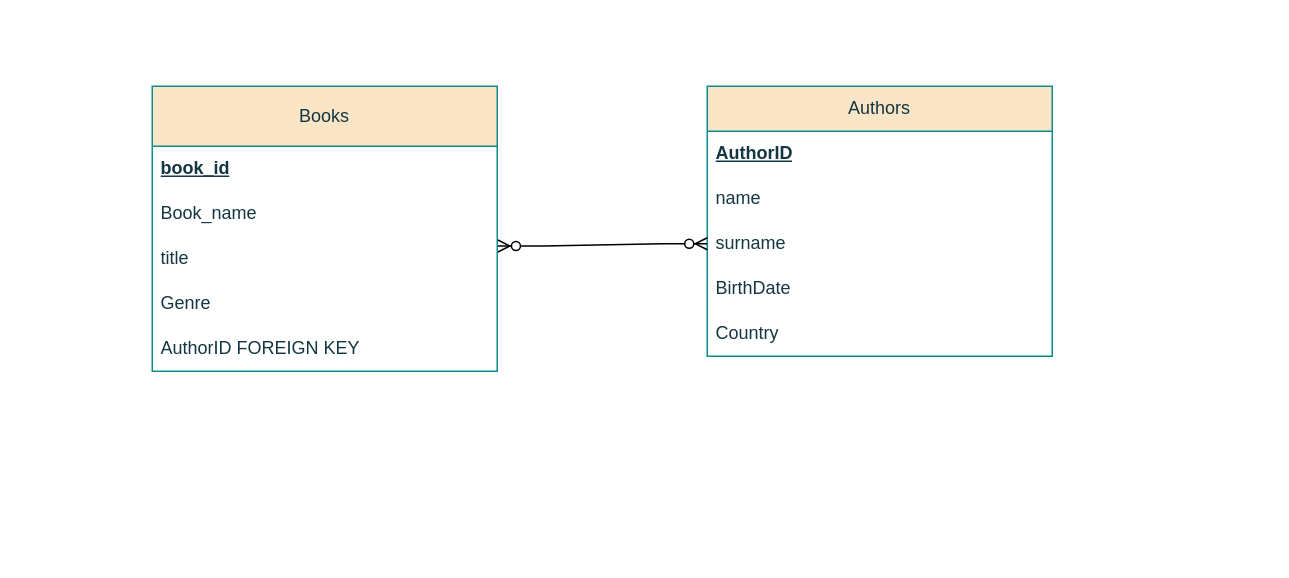
The draw.io diagram Диаграмма без названия.drawio in almasdii/gitdemo, before the edit. Source tidied: cells renumbered, new cells numbered last; positions are measured from the earlier drawing's top-left corner, leaving out a move shared by most shapes. Both pictures are drawn from the tidied source at 150%, with x=0, y=0 at pixel (152, 86).
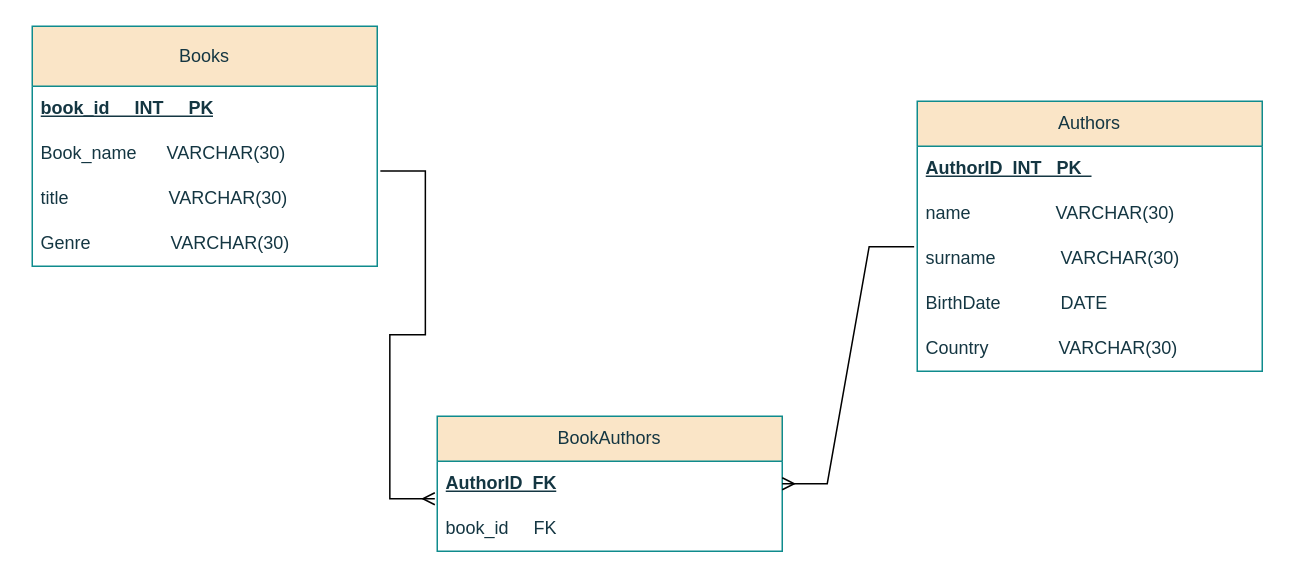
The same page after the edit.

Diff of the diagram source:
```diff
@@
     <mxCell id="2" value="Books" style="swimlane;fontStyle=0;horizontal=1;startSize=40;whiteSpace=wrap;html=1;labelBackgroundColor=none;fillColor=#FAE5C7;strokeColor=#0F8B8D;fontColor=#143642;" parent="1" vertex="1">
-      <mxGeometry width="230" height="190" as="geometry" />
+      <mxGeometry x="-80" y="-40" width="230" height="160" as="geometry" />
     </mxCell>
-    <mxCell id="3" value="&lt;b&gt;&lt;u&gt;book_id&lt;/u&gt;&lt;/b&gt;" style="text;strokeColor=none;fillColor=none;align=left;verticalAlign=middle;spacingLeft=4;spacingRight=4;overflow=hidden;whiteSpace=wrap;html=1;labelBackgroundColor=none;fontColor=#143642;" parent="2" vertex="1">
+    <mxCell id="3" value="&lt;b&gt;&lt;u&gt;book_id&amp;nbsp; &amp;nbsp; &amp;nbsp;INT&amp;nbsp; &amp;nbsp; &amp;nbsp;PK&lt;/u&gt;&lt;/b&gt;" style="text;strokeColor=none;fillColor=none;align=left;verticalAlign=middle;spacingLeft=4;spacingRight=4;overflow=hidden;whiteSpace=wrap;html=1;labelBackgroundColor=none;fontColor=#143642;" parent="2" vertex="1">
       <mxGeometry y="40" width="230" height="30" as="geometry" />
     </mxCell>
-    <mxCell id="4" value="Book_name" style="text;strokeColor=none;fillColor=none;align=left;verticalAlign=middle;spacingLeft=4;spacingRight=4;overflow=hidden;whiteSpace=wrap;html=1;labelBackgroundColor=none;fontColor=#143642;shadow=1;" parent="2" vertex="1">
+    <mxCell id="4" value="Book_name&amp;nbsp; &amp;nbsp; &amp;nbsp; VARCHAR(30)" style="text;strokeColor=none;fillColor=none;align=left;verticalAlign=middle;spacingLeft=4;spacingRight=4;overflow=hidden;whiteSpace=wrap;html=1;labelBackgroundColor=none;fontColor=#143642;shadow=1;" parent="2" vertex="1">
       <mxGeometry y="70" width="230" height="30" as="geometry" />
     </mxCell>
-    <mxCell id="5" value="title" style="text;strokeColor=none;fillColor=none;align=left;verticalAlign=middle;spacingLeft=4;spacingRight=4;overflow=hidden;points=[[0,0.5],[1,0.5]];portConstraint=eastwest;whiteSpace=wrap;html=1;labelBackgroundColor=none;fontColor=#143642;shadow=1;" parent="2" vertex="1">
+    <mxCell id="5" value="title&amp;nbsp; &amp;nbsp; &amp;nbsp; &amp;nbsp; &amp;nbsp; &amp;nbsp; &amp;nbsp; &amp;nbsp; &amp;nbsp; &amp;nbsp; VARCHAR(30)" style="text;strokeColor=none;fillColor=none;align=left;verticalAlign=middle;spacingLeft=4;spacingRight=4;overflow=hidden;points=[[0,0.5],[1,0.5]];portConstraint=eastwest;whiteSpace=wrap;html=1;labelBackgroundColor=none;fontColor=#143642;shadow=1;" parent="2" vertex="1">
       <mxGeometry y="100" width="230" height="30" as="geometry" />
     </mxCell>
-    <mxCell id="6" value="Genre" style="text;strokeColor=none;fillColor=none;align=left;verticalAlign=middle;spacingLeft=4;spacingRight=4;overflow=hidden;whiteSpace=wrap;html=1;labelBackgroundColor=none;fontColor=#143642;" parent="2" vertex="1">
+    <mxCell id="6" value="Genre&amp;nbsp; &amp;nbsp; &amp;nbsp; &amp;nbsp; &amp;nbsp; &amp;nbsp; &amp;nbsp; &amp;nbsp; VARCHAR(30)" style="text;strokeColor=none;fillColor=none;align=left;verticalAlign=middle;spacingLeft=4;spacingRight=4;overflow=hidden;whiteSpace=wrap;html=1;labelBackgroundColor=none;fontColor=#143642;" parent="2" vertex="1">
       <mxGeometry y="130" width="230" height="30" as="geometry" />
     </mxCell>
-    <mxCell id="7" value="AuthorID FOREIGN KEY" style="text;strokeColor=none;fillColor=none;align=left;verticalAlign=middle;spacingLeft=4;spacingRight=4;overflow=hidden;whiteSpace=wrap;html=1;labelBackgroundColor=none;fontColor=#143642;" parent="2" vertex="1">
-      <mxGeometry y="160" width="230" height="30" as="geometry" />
-    </mxCell>
     <mxCell id="8" value="Authors" style="swimlane;fontStyle=0;horizontal=1;startSize=30;whiteSpace=wrap;html=1;labelBackgroundColor=none;fillColor=#FAE5C7;strokeColor=#0F8B8D;fontColor=#143642;" parent="1" vertex="1">
-      <mxGeometry x="370" width="230" height="180" as="geometry" />
+      <mxGeometry x="510" y="10" width="230" height="180" as="geometry" />
     </mxCell>
-    <mxCell id="9" value="&lt;b&gt;&lt;u&gt;AuthorID&lt;/u&gt;&lt;/b&gt;" style="text;strokeColor=none;fillColor=none;align=left;verticalAlign=middle;spacingLeft=4;spacingRight=4;overflow=hidden;whiteSpace=wrap;html=1;labelBackgroundColor=none;fontColor=#143642;" parent="8" vertex="1">
+    <mxCell id="9" value="&lt;b&gt;&lt;u&gt;AuthorID&amp;nbsp; INT&amp;nbsp; &amp;nbsp;PK&amp;nbsp;&amp;nbsp;&lt;/u&gt;&lt;/b&gt;" style="text;strokeColor=none;fillColor=none;align=left;verticalAlign=middle;spacingLeft=4;spacingRight=4;overflow=hidden;whiteSpace=wrap;html=1;labelBackgroundColor=none;fontColor=#143642;" parent="8" vertex="1">
       <mxGeometry y="30" width="230" height="30" as="geometry" />
     </mxCell>
-    <mxCell id="10" value="name" style="text;strokeColor=none;fillColor=none;align=left;verticalAlign=middle;spacingLeft=4;spacingRight=4;overflow=hidden;whiteSpace=wrap;html=1;labelBackgroundColor=none;fontColor=#143642;" parent="8" vertex="1">
+    <mxCell id="10" value="name&amp;nbsp; &amp;nbsp; &amp;nbsp; &amp;nbsp; &amp;nbsp; &amp;nbsp; &amp;nbsp; &amp;nbsp; &amp;nbsp;VARCHAR(30)" style="text;strokeColor=none;fillColor=none;align=left;verticalAlign=middle;spacingLeft=4;spacingRight=4;overflow=hidden;whiteSpace=wrap;html=1;labelBackgroundColor=none;fontColor=#143642;" parent="8" vertex="1">
       <mxGeometry y="60" width="230" height="30" as="geometry" />
     </mxCell>
-    <mxCell id="11" value="surname" style="text;strokeColor=none;fillColor=none;align=left;verticalAlign=middle;spacingLeft=4;spacingRight=4;overflow=hidden;points=[[0,0.5],[1,0.5]];portConstraint=eastwest;whiteSpace=wrap;html=1;labelBackgroundColor=none;fontColor=#143642;" parent="8" vertex="1">
+    <mxCell id="11" value="surname&amp;nbsp; &amp;nbsp; &amp;nbsp; &amp;nbsp; &amp;nbsp; &amp;nbsp; &amp;nbsp;VARCHAR(30)" style="text;strokeColor=none;fillColor=none;align=left;verticalAlign=middle;spacingLeft=4;spacingRight=4;overflow=hidden;points=[[0,0.5],[1,0.5]];portConstraint=eastwest;whiteSpace=wrap;html=1;labelBackgroundColor=none;fontColor=#143642;" parent="8" vertex="1">
       <mxGeometry y="90" width="230" height="30" as="geometry" />
     </mxCell>
-    <mxCell id="12" value="BirthDate" style="text;strokeColor=none;fillColor=none;align=left;verticalAlign=middle;spacingLeft=4;spacingRight=4;overflow=hidden;whiteSpace=wrap;html=1;labelBackgroundColor=none;fontColor=#143642;" parent="8" vertex="1">
+    <mxCell id="12" value="BirthDate&amp;nbsp; &amp;nbsp; &amp;nbsp; &amp;nbsp; &amp;nbsp; &amp;nbsp; DATE" style="text;strokeColor=none;fillColor=none;align=left;verticalAlign=middle;spacingLeft=4;spacingRight=4;overflow=hidden;whiteSpace=wrap;html=1;labelBackgroundColor=none;fontColor=#143642;" parent="8" vertex="1">
       <mxGeometry y="120" width="230" height="30" as="geometry" />
     </mxCell>
-    <mxCell id="13" value="Country" style="text;strokeColor=none;fillColor=none;align=left;verticalAlign=middle;spacingLeft=4;spacingRight=4;overflow=hidden;whiteSpace=wrap;html=1;labelBackgroundColor=none;fontColor=#143642;" parent="8" vertex="1">
+    <mxCell id="13" value="Country&amp;nbsp; &amp;nbsp; &amp;nbsp; &amp;nbsp; &amp;nbsp; &amp;nbsp; &amp;nbsp; VARCHAR(30)" style="text;strokeColor=none;fillColor=none;align=left;verticalAlign=middle;spacingLeft=4;spacingRight=4;overflow=hidden;whiteSpace=wrap;html=1;labelBackgroundColor=none;fontColor=#143642;" parent="8" vertex="1">
       <mxGeometry y="150" width="230" height="30" as="geometry" />
     </mxCell>
-    <mxCell id="14" style="edgeStyle=entityRelationEdgeStyle;fontSize=12;html=1;endArrow=ERzeroToMany;endFill=1;startArrow=ERzeroToMany;rounded=0;entryX=0;entryY=0.5;entryDx=0;entryDy=0;exitX=1.002;exitY=0.217;exitDx=0;exitDy=0;exitPerimeter=0;" parent="1" edge="1" source="5" target="11">
-      <mxGeometry relative="1" as="geometry" />
-    </mxCell>
+    <mxCell id="15" value="BookAuthors" style="swimlane;fontStyle=0;horizontal=1;startSize=30;whiteSpace=wrap;html=1;labelBackgroundColor=none;fillColor=#FAE5C7;strokeColor=#0F8B8D;fontColor=#143642;" parent="1" vertex="1">
+      <mxGeometry x="190" y="220" width="230" height="90" as="geometry" />
+    </mxCell>
+    <mxCell id="16" value="&lt;b&gt;&lt;u&gt;AuthorID&amp;nbsp; FK&lt;/u&gt;&lt;/b&gt;" style="text;strokeColor=none;fillColor=none;align=left;verticalAlign=middle;spacingLeft=4;spacingRight=4;overflow=hidden;points=[[0,0.5],[1,0.5]];portConstraint=eastwest;whiteSpace=wrap;html=1;labelBackgroundColor=none;fontColor=#143642;" parent="15" vertex="1">
+      <mxGeometry y="30" width="230" height="30" as="geometry" />
+    </mxCell>
+    <mxCell id="17" value="book_id&amp;nbsp; &amp;nbsp; &amp;nbsp;FK" style="text;strokeColor=none;fillColor=none;align=left;verticalAlign=middle;spacingLeft=4;spacingRight=4;overflow=hidden;whiteSpace=wrap;html=1;labelBackgroundColor=none;fontColor=#143642;" parent="15" vertex="1">
+      <mxGeometry y="60" width="230" height="30" as="geometry" />
+    </mxCell>
+    <mxCell id="18" style="edgeStyle=entityRelationEdgeStyle;fontSize=12;html=1;endArrow=none;startArrow=ERmany;rounded=0;entryX=-0.009;entryY=0.233;entryDx=0;entryDy=0;entryPerimeter=0;startFill=0;endFill=0;" parent="1" edge="1" source="16" target="11">
+      <mxGeometry relative="1" as="geometry">
+        <Array as="points">
+          <mxPoint x="430" y="270" />
+          <mxPoint x="370" y="130" />
+        </Array>
+      </mxGeometry>
+    </mxCell>
+    <mxCell id="19" style="edgeStyle=entityRelationEdgeStyle;fontSize=12;html=1;endArrow=none;startArrow=ERmany;rounded=0;entryX=1.009;entryY=-0.117;entryDx=0;entryDy=0;entryPerimeter=0;exitX=-0.007;exitY=0.833;exitDx=0;exitDy=0;exitPerimeter=0;startFill=0;endFill=0;" parent="1" edge="1" source="16" target="5">
+      <mxGeometry relative="1" as="geometry">
+        <Array as="points">
+          <mxPoint x="-24.4" y="265.5" />
+          <mxPoint x="5.6" y="235.5" />
+        </Array>
+      </mxGeometry>
+    </mxCell>
```
